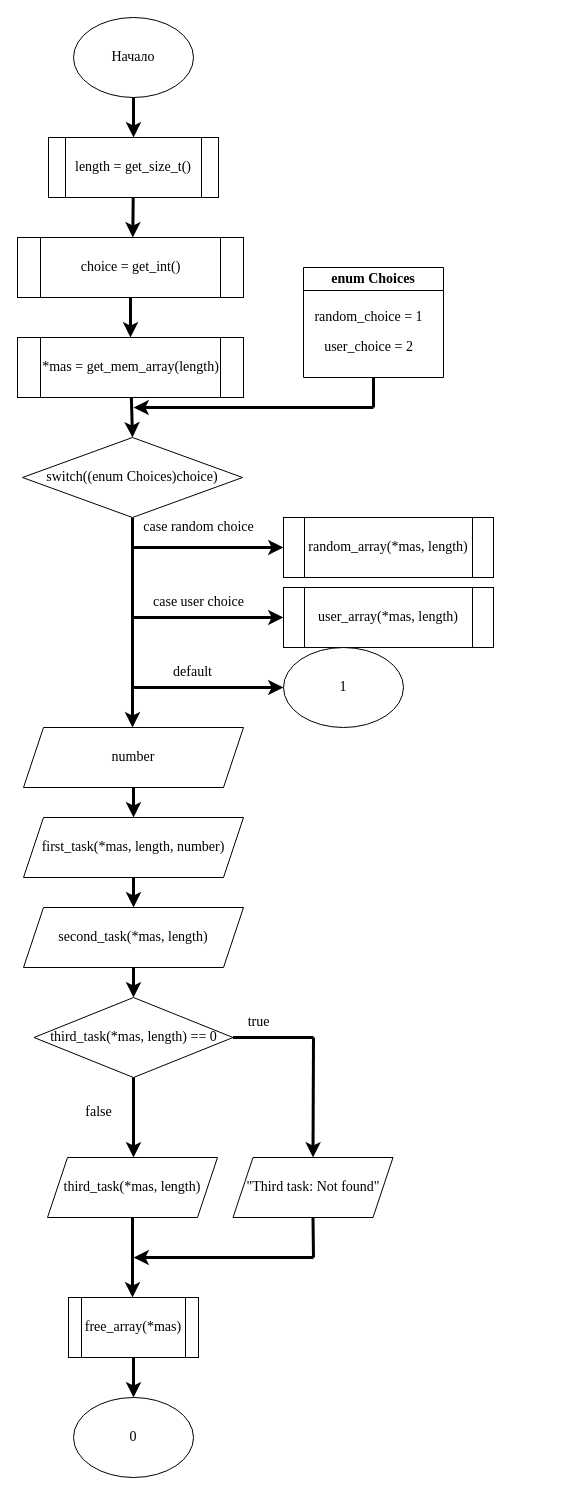
Vyacheslav-TKI/Subutai keeps this draw.io diagram as page "main" (1 of 10) of 4-1.drawio. Above is the earlier version. Source tidied: cells renumbered, new cells numbered last; positions are measured from the earlier drawing's top-left corner, leaving out a move shared by most shapes. Both pictures are drawn from the tidied source at 100%, with x=0, y=0 at pixel (17, 17).
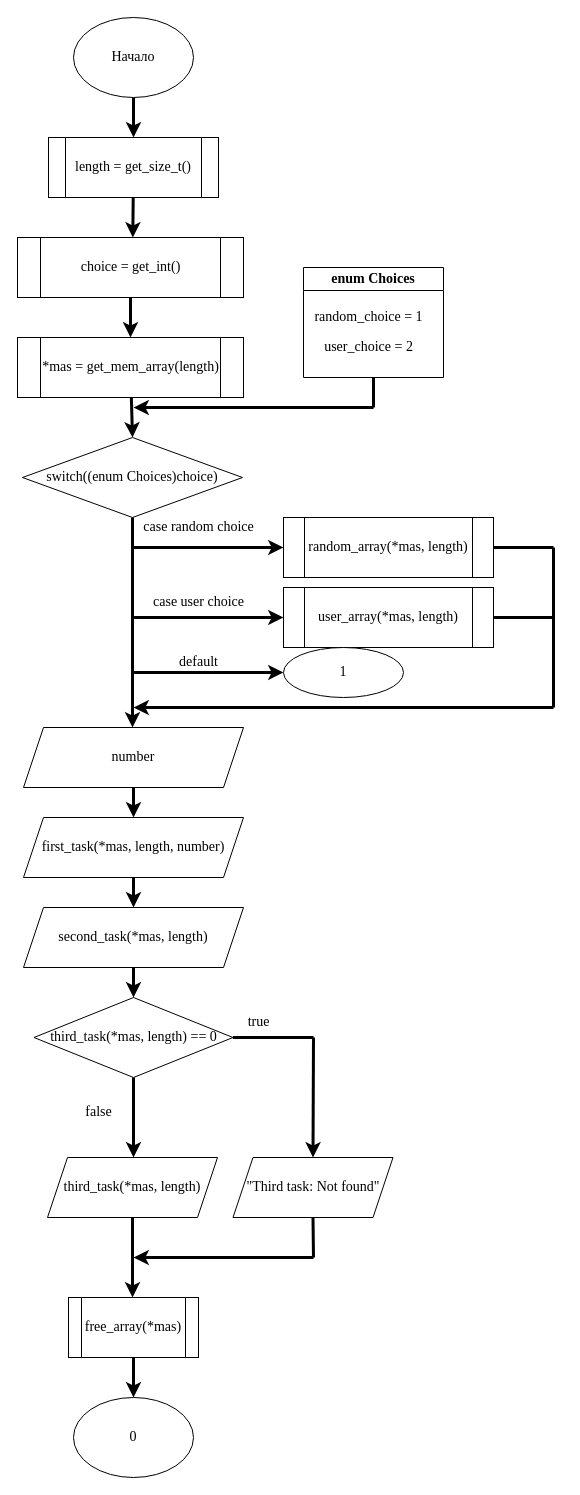
After the change.

The change refers to these unchanged cells:
```xml
<mxCell id="12" value="random_array(*mas, length)" style="shape=process;whiteSpace=wrap;html=1;backgroundOutline=1;strokeColor=#000000;fontFamily=Times New Roman;fontSize=14;fontColor=#000000;fillColor=#FFFFFF;" parent="1" vertex="1">
  <mxGeometry x="266" y="500" width="210" height="60" as="geometry" />
</mxCell>
<mxCell id="15" value="user_array(*mas, length)" style="shape=process;whiteSpace=wrap;html=1;backgroundOutline=1;strokeColor=#000000;fontFamily=Times New Roman;fontSize=14;fontColor=#000000;fillColor=#FFFFFF;" parent="1" vertex="1">
  <mxGeometry x="266" y="570" width="210" height="60" as="geometry" />
</mxCell>
```

Diff of the diagram source:
```diff
@@
-    <mxCell id="9" style="endArrow=classic;html=1;strokeColor=#000000;strokeWidth=3;fontFamily=Times New Roman;fontSize=14;fontColor=#000000;" parent="1" edge="1">
+    <mxCell id="9" style="endArrow=classic;html=1;strokeColor=#000000;strokeWidth=3;fontFamily=Times New Roman;fontSize=14;fontColor=#000000;entryX=0;entryY=0.5;entryDx=0;entryDy=0;" parent="1" edge="1" target="42">
       <mxGeometry relative="1" as="geometry">
-        <mxPoint x="116" y="670" as="sourcePoint" />
-        <mxPoint x="266" y="670" as="targetPoint" />
+        <mxPoint x="116" y="655" as="sourcePoint" />
       </mxGeometry>
     </mxCell>
@@
     <mxCell id="11" value="default" style="text;html=1;align=center;verticalAlign=middle;strokeColor=none;fillColor=none;fontSize=14;fontFamily=Times New Roman;fontColor=#000000;" parent="1" vertex="1">
-      <mxGeometry x="145" y="640" width="60" height="30" as="geometry" />
+      <mxGeometry x="151" y="630" width="60" height="30" as="geometry" />
     </mxCell>
@@
     <mxCell id="42" value="1" style="ellipse;whiteSpace=wrap;html=1;strokeColor=#000000;fontFamily=Times New Roman;fontSize=14;fontColor=#000000;fillColor=#FFFFFF;" parent="1" vertex="1">
-      <mxGeometry x="266" y="630" width="120" height="80" as="geometry" />
+      <mxGeometry x="266" y="630" width="120" height="50" as="geometry" />
     </mxCell>
@@
+    <mxCell id="46" style="endArrow=none;html=1;strokeColor=#000000;strokeWidth=3;exitX=1;exitY=0.5;exitDx=0;exitDy=0;" parent="1" edge="1" source="12">
+      <mxGeometry relative="1" as="geometry">
+        <mxPoint x="536" y="530" as="targetPoint" />
+      </mxGeometry>
+    </mxCell>
+    <mxCell id="47" style="endArrow=none;html=1;strokeColor=#000000;strokeWidth=3;exitX=1;exitY=0.5;exitDx=0;exitDy=0;" parent="1" edge="1" source="15">
+      <mxGeometry relative="1" as="geometry">
+        <mxPoint x="536" y="600" as="targetPoint" />
+      </mxGeometry>
+    </mxCell>
+    <mxCell id="48" style="endArrow=none;html=1;strokeColor=#000000;strokeWidth=3;" parent="1" edge="1">
+      <mxGeometry relative="1" as="geometry">
+        <mxPoint x="536" y="530" as="sourcePoint" />
+        <mxPoint x="536" y="690" as="targetPoint" />
+      </mxGeometry>
+    </mxCell>
+    <mxCell id="49" style="endArrow=classic;html=1;strokeColor=#000000;strokeWidth=3;" parent="1" edge="1">
+      <mxGeometry relative="1" as="geometry">
+        <mxPoint x="536" y="690" as="sourcePoint" />
+        <mxPoint x="116" y="690" as="targetPoint" />
+      </mxGeometry>
+    </mxCell>
```
